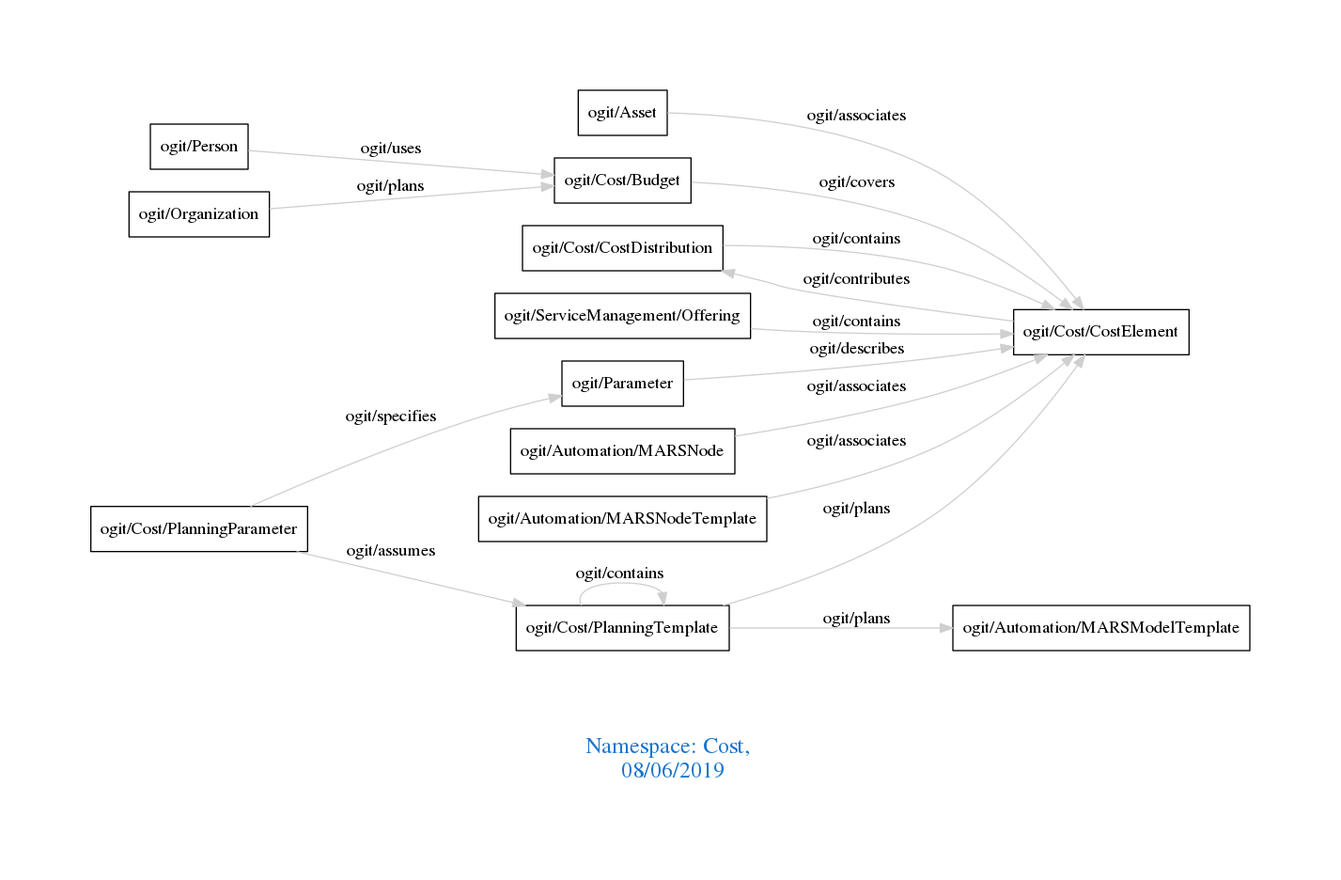
arago/OGIT keeps this Graphviz diagram as downloads/Cost.png. Above is the earlier version. Its source is kept beside it as downloads/Cost.dot.
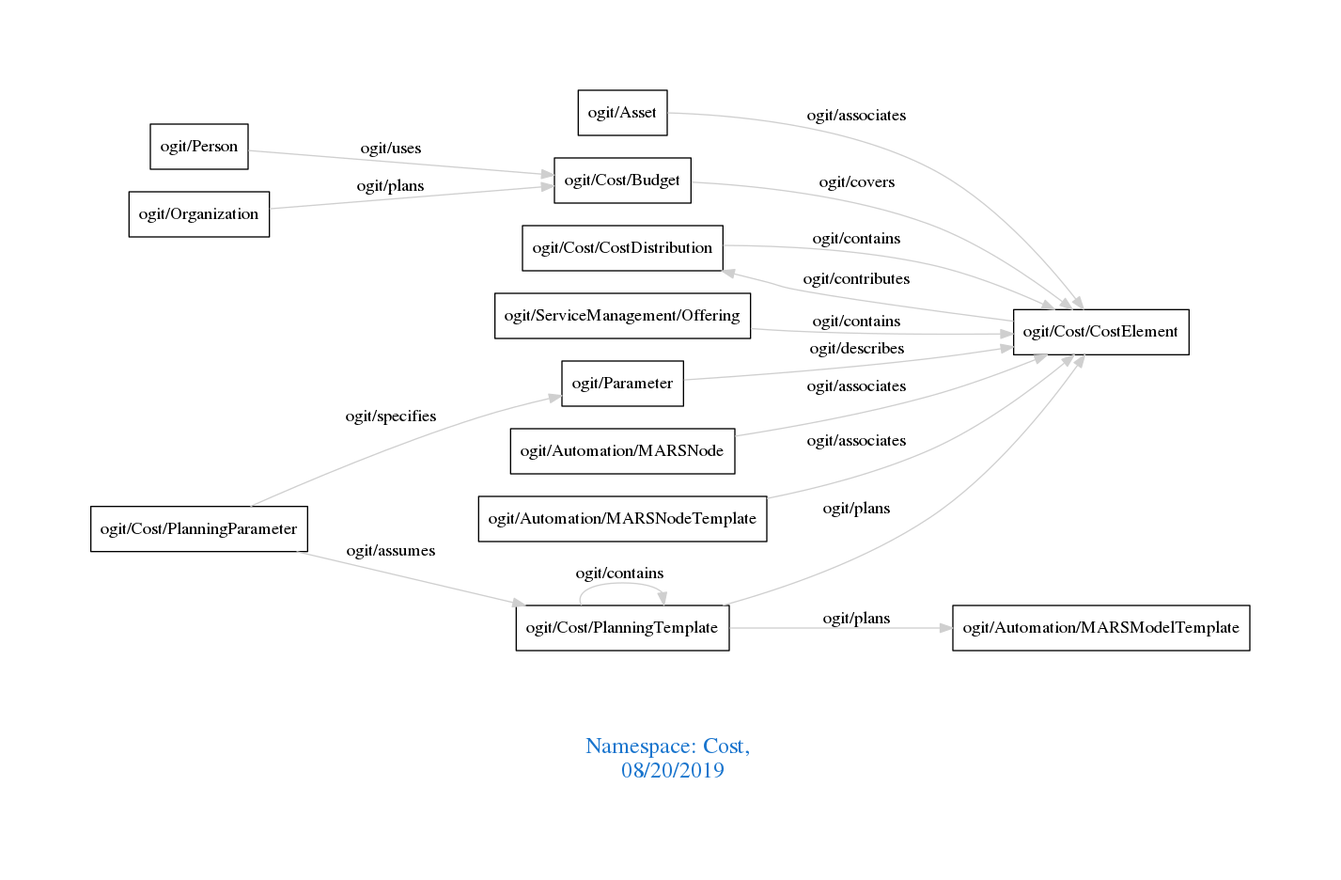
The same diagram one commit later.

The edit, as a diff of the source:
```diff
@@ -1,7 +1,7 @@
 digraph OGIT_ontology {
  graph [ rankdir= LR,pad=1
 fontsize = 18,
-fontcolor= dodgerblue3,label = "\n\n\nNamespace: Cost, \n 08/06/2019"];
+fontcolor= dodgerblue3,label = "\n\n\nNamespace: Cost, \n 08/20/2019"];
 node[shape=polygon];
 edge [  color="gray81"];
 
```
